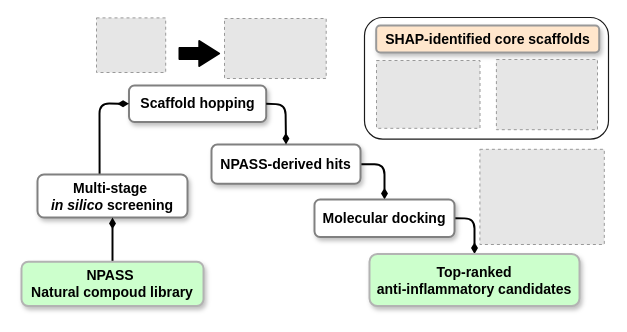
This is visualization/Graphic_abstract.drawio from HuynhAnhDuy/Inflam_NP, a draw.io file, before an edit. Source tidied: cells renumbered, new cells numbered last; positions are measured from the earlier drawing's top-left corner, leaving out a move shared by most shapes. Both pictures are drawn from the tidied source at 100%, with x=0, y=0 at pixel (21, 17). Pictures stored in the file or linked from it are replaced by grey dashed boxes.
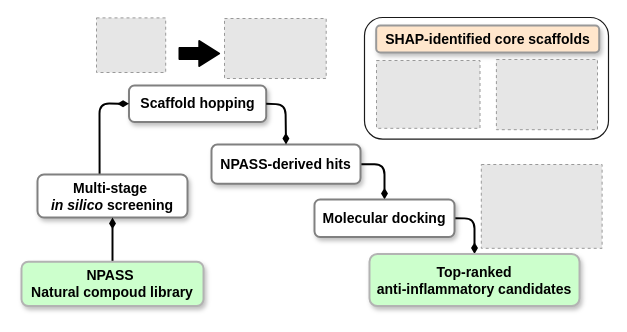
The same page after the edit.

The edit, as a diff of the source:
```diff
@@
-    <mxCell id="20" style="fillColor=#E6E6E6;strokeColor=#999999;dashed=1;verticalLabelPosition=bottom;labelBackgroundColor=default;verticalAlign=top;" parent="1" vertex="1">
-      <mxGeometry x="458.4" y="131.8" width="124.4" height="95.2" as="geometry" />
-    </mxCell>
+    <mxCell id="21" style="fillColor=#E6E6E6;strokeColor=#999999;dashed=1;verticalLabelPosition=bottom;labelBackgroundColor=default;verticalAlign=top;rotation=0;" parent="1" vertex="1">
+      <mxGeometry x="459.8" y="147" width="120.8" height="83.8" as="geometry" />
+    </mxCell>
```
